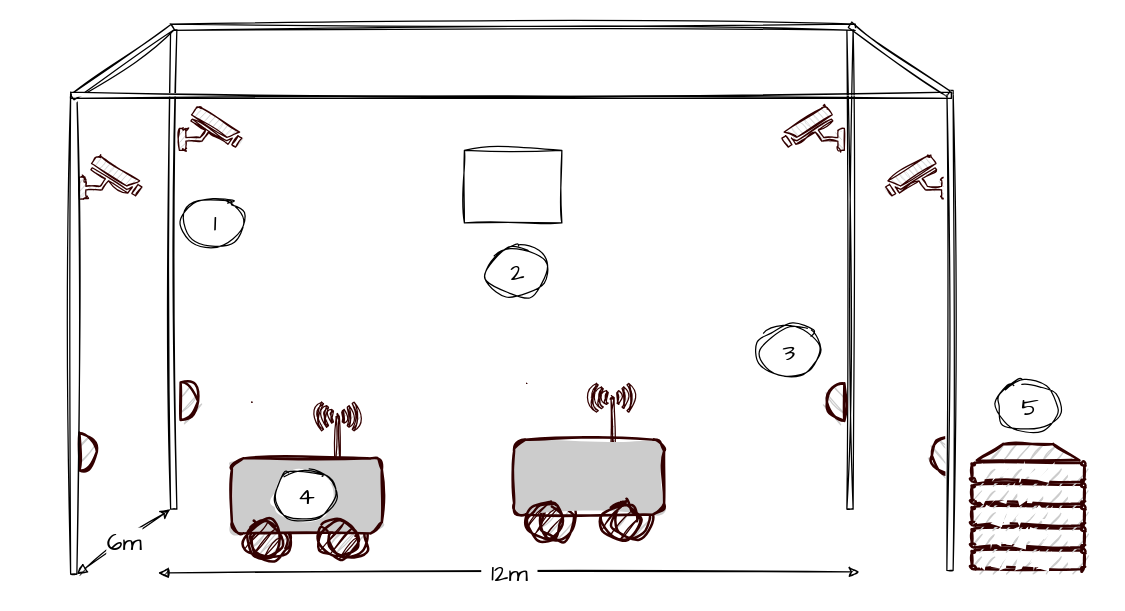
Earlier version of the draw.io diagram page "Seite-4" (4 of 4) of Unbenanntes Diagramm.drawio (dfkirauber/dfkirauber). Source tidied: cells renumbered, new cells numbered last; positions are measured from the earlier drawing's top-left corner, leaving out a move shared by most shapes. Both pictures are drawn from the tidied source at 125%, with x=0, y=0 at pixel (70, -346).
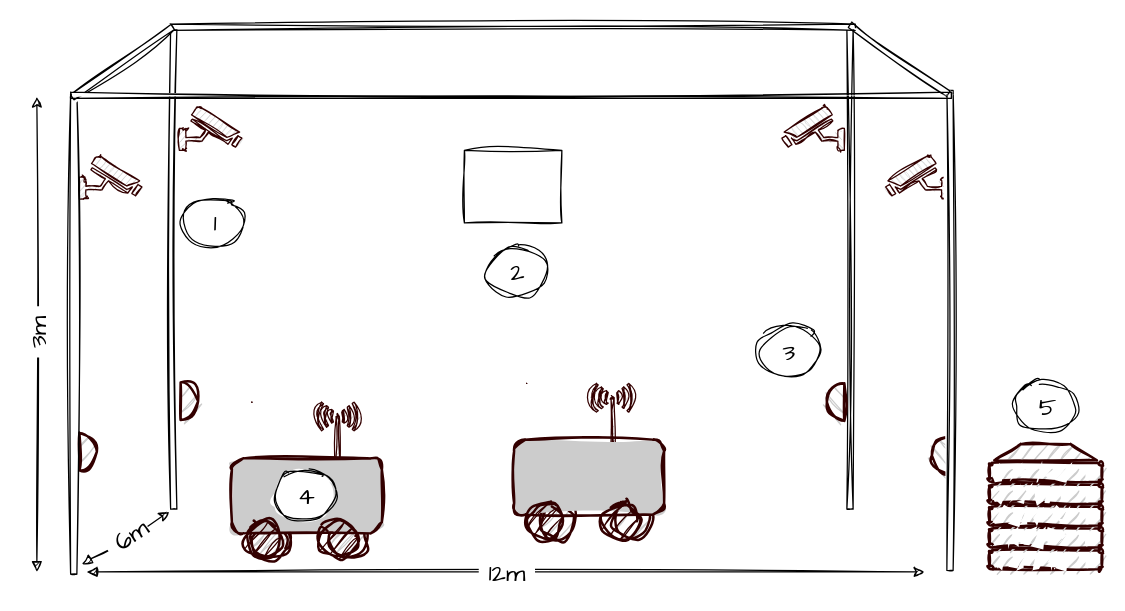
After the change.

The change refers to these unchanged cells:
```xml
<mxCell id="32" style="rounded=0;whiteSpace=wrap;html=1;sketch=1;hachureGap=4;jiggle=2;curveFitting=1;fontFamily=Architects Daughter;fontSize=20;" parent="1" vertex="1">
  <mxGeometry y="351.8" width="5" height="384" as="geometry" />
</mxCell>
<mxCell id="34" style="rounded=0;whiteSpace=wrap;html=1;sketch=1;hachureGap=4;jiggle=2;curveFitting=1;fontFamily=Architects Daughter;fontSize=20;" parent="1" vertex="1">
  <mxGeometry x="80" y="299.8" width="5" height="384" as="geometry" />
</mxCell>
```

Diff of the diagram source:
```diff
@@
-<mxGraphModel>
+<mxGraphModel background="#ffffff">
@@
     <mxCell id="20" style="fontColor=#0066CC;verticalAlign=top;verticalLabelPosition=bottom;labelPosition=center;align=center;html=1;fillColor=#CCCCCC;strokeColor=#330000;gradientColor=none;gradientDirection=north;strokeWidth=2;shape=mxgraph.networks.server;sketch=1;curveFitting=1;jiggle=2;perimeterSpacing=0;" parent="1" vertex="1">
-      <mxGeometry x="721" y="631.8" width="90" height="100" as="geometry" />
+      <mxGeometry x="735" y="631.8" width="90" height="100" as="geometry" />
     </mxCell>
@@
     <mxCell id="30" style="ellipse;whiteSpace=wrap;html=1;sketch=1;hachureGap=4;jiggle=2;curveFitting=1;fontFamily=Architects Daughter;fontSize=20;" parent="1" vertex="1">
-      <mxGeometry x="741" y="581.8" width="50" height="40" as="geometry" />
+      <mxGeometry x="755" y="581.8" width="50" height="40" as="geometry" />
     </mxCell>
     <mxCell id="31" value="5" style="text;html=1;strokeColor=none;fillColor=none;align=center;verticalAlign=middle;whiteSpace=wrap;rounded=0;fontSize=20;fontFamily=Architects Daughter;" parent="1" vertex="1">
-      <mxGeometry x="738" y="586.8" width="60" height="30" as="geometry" />
+      <mxGeometry x="752" y="586.8" width="60" height="30" as="geometry" />
     </mxCell>
@@
     <mxCell id="41" style="endArrow=classic;html=1;rounded=0;sketch=1;hachureGap=4;jiggle=2;curveFitting=1;fontFamily=Architects Daughter;fontSize=16;startArrow=block;startFill=1;" parent="1" edge="1">
       <mxGeometry relative="1" as="geometry">
-        <mxPoint x="70" y="734.8" as="sourcePoint" />
-        <mxPoint x="631" y="734" as="targetPoint" />
+        <mxPoint x="13" y="734" as="sourcePoint" />
+        <mxPoint x="683" y="734" as="targetPoint" />
       </mxGeometry>
     </mxCell>
@@
-    <mxCell id="43" style="endArrow=classic;html=1;rounded=0;sketch=1;hachureGap=4;jiggle=2;curveFitting=1;fontFamily=Architects Daughter;fontSize=16;startArrow=block;startFill=1;entryX=0;entryY=1;entryDx=0;entryDy=0;exitX=1;exitY=1;exitDx=0;exitDy=0;" parent="1" edge="1" source="32" target="34">
-      <mxGeometry relative="1" as="geometry" />
-    </mxCell>
-    <mxCell id="44" value="6m" style="edgeLabel;html=1;align=center;verticalAlign=middle;sketch=1;hachureGap=4;jiggle=2;curveFitting=1;fontFamily=Architects Daughter;fontSize=20;" parent="43" vertex="1">
-      <mxGeometry relative="1" as="geometry" />
-    </mxCell>
@@
+    <mxCell id="47" style="endArrow=classic;html=1;rounded=0;sketch=1;hachureGap=4;jiggle=2;curveFitting=1;fontFamily=Architects Daughter;fontSize=16;startArrow=block;startFill=1;verticalAlign=middle;" parent="1" edge="1">
+      <mxGeometry relative="1" as="geometry">
+        <mxPoint x="-27" y="734" as="sourcePoint" />
+        <mxPoint x="-27" y="354" as="targetPoint" />
+      </mxGeometry>
+    </mxCell>
+    <mxCell id="48" value="&lt;div&gt;&amp;nbsp;3m&amp;nbsp; &lt;/div&gt;" style="edgeLabel;html=1;align=center;verticalAlign=middle;sketch=1;hachureGap=4;jiggle=2;curveFitting=1;fontFamily=Architects Daughter;fontSize=20;labelPosition=center;verticalLabelPosition=middle;textDirection=ltr;rotation=270;" parent="47" vertex="1">
+      <mxGeometry relative="1" as="geometry" />
+    </mxCell>
+    <mxCell id="49" style="endArrow=classic;html=1;rounded=0;sketch=1;hachureGap=4;jiggle=2;curveFitting=1;fontFamily=Architects Daughter;fontSize=16;startArrow=block;startFill=1;" parent="1" edge="1">
+      <mxGeometry relative="1" as="geometry">
+        <mxPoint x="9" y="727.8" as="sourcePoint" />
+        <mxPoint x="79" y="686" as="targetPoint" />
+      </mxGeometry>
+    </mxCell>
+    <mxCell id="44" value="&lt;div&gt;&amp;nbsp;6m&lt;/div&gt;" style="edgeLabel;html=1;align=center;verticalAlign=middle;sketch=1;hachureGap=4;jiggle=2;curveFitting=1;fontFamily=Architects Daughter;fontSize=20;rotation=326;" parent="49" vertex="1">
+      <mxGeometry relative="1" as="geometry" />
+    </mxCell>
```
